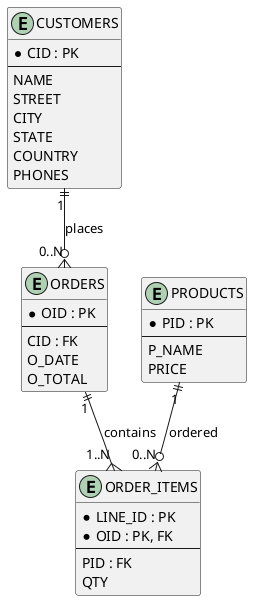
Earlier version of the PlantUML export 3_assignment_src/EntityRelation.png (Dorfultariant/database-assignments). The source it was exported from:
```plantuml
@startuml EntityRelation


entity CUSTOMERS {
  * CID : PK
  --
  NAME
  STREET
  CITY
  STATE
  COUNTRY
  PHONES
}

entity ORDERS {
  * OID : PK
  --
  CID : FK
  O_DATE
  O_TOTAL
}

entity ORDER_ITEMS {
  * LINE_ID : PK
  * OID : PK, FK
  --
  PID : FK
  QTY
}

entity PRODUCTS {
  * PID : PK
  --
  P_NAME
  PRICE
}

CUSTOMERS "1" ||--o{ "0..N" ORDERS : places
ORDERS "1" ||--{ "1..N" ORDER_ITEMS : contains
PRODUCTS "1" ||--o{ "0..N" ORDER_ITEMS : ordered

@enduml
```
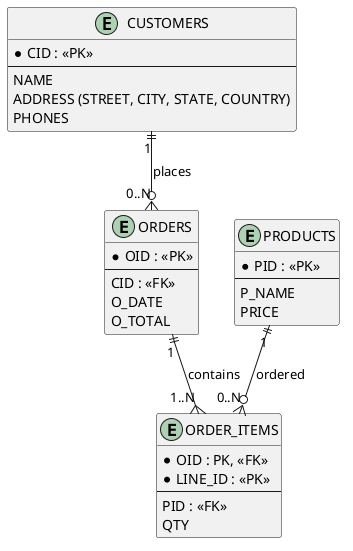
Above is the later version.

Commit message:
Assignment 3: Revised the plantumls and schemas as the original had few issues and missed points, added the discussion with the advantages and disadvantages

What changed in the source:
```diff
@@ -2,34 +2,31 @@
 
 
 entity CUSTOMERS {
-  * CID : PK
+  * CID : <<PK>>
   --
   NAME
-  STREET
-  CITY
-  STATE
-  COUNTRY
+  ADDRESS (STREET, CITY, STATE, COUNTRY)
   PHONES
 }
 
 entity ORDERS {
-  * OID : PK
+  * OID : <<PK>>
   --
-  CID : FK
+  CID : <<FK>>
   O_DATE
   O_TOTAL
 }
 
 entity ORDER_ITEMS {
-  * LINE_ID : PK
-  * OID : PK, FK
+  * OID : PK, <<FK>>
+  * LINE_ID : <<PK>>
   --
-  PID : FK
+  PID : <<FK>>
   QTY
 }
 
 entity PRODUCTS {
-  * PID : PK
+  * PID : <<PK>>
   --
   P_NAME
   PRICE
```
